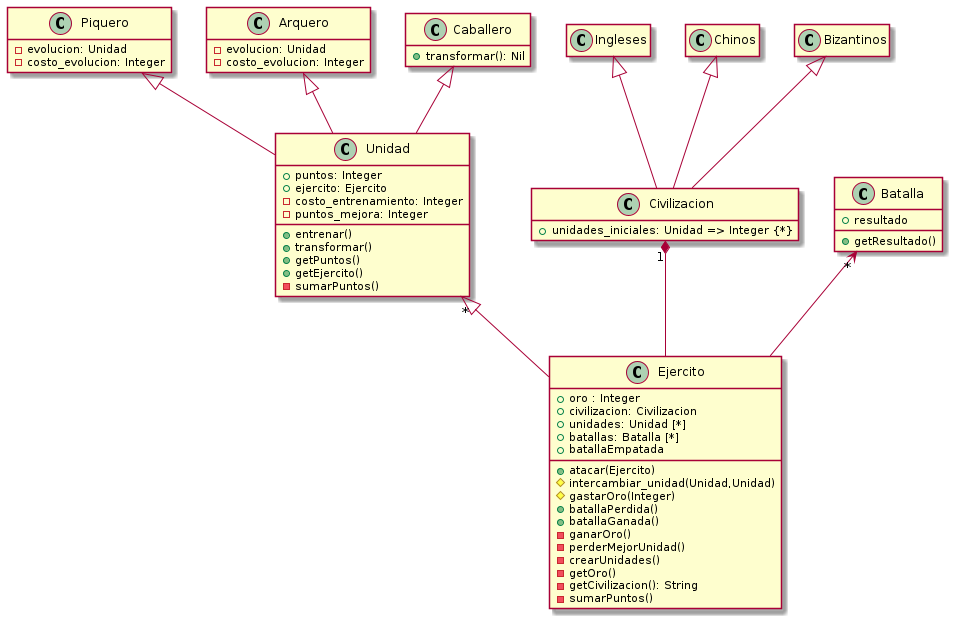
Above: out/diag/clases/clases.png in juanmamaffei/ejercitos (PlantUML), before the change. Source of this version:
```plantuml
@startuml
    class Ejercito {
      + oro : Integer
      + civilizacion: Civilizacion
      + unidades: Unidad [*]
      + batallas: Batalla [*]
      + atacar(Ejercito)
      # intercambiar_unidad(Unidad,Unidad)
      # gastarOro(Integer)
      + batallaPerdida()
      + batallaGanada()
      + batallaEmpatada
      - ganarOro()
      - perderMejorUnidad()
      - crearUnidades()
      - getOro()
      - getCivilizacion(): String
      - sumarPuntos()
    }
    class Unidad {
      + puntos: Integer
      + ejercito: Ejercito
      - costo_entrenamiento: Integer
      - puntos_mejora: Integer
      + entrenar()
      + transformar()
      + getPuntos()
      + getEjercito()
      - sumarPuntos()
    }

    class Civilizacion {
      + unidades_iniciales: Unidad => Integer {*}
    }

    class Batalla {
      + resultado
      + getResultado()
    }

    Unidad "*" <|-- Ejercito
    Civilizacion "1" *-- Ejercito
    Batalla "*" <-- Ejercito

    class Ingleses
    class Chinos
    class Bizantinos

    Ingleses <|-- Civilizacion
    Chinos <|-- Civilizacion
    Bizantinos <|-- Civilizacion

    class Piquero {
      - evolucion: Unidad
      - costo_evolucion: Integer
    }
    class Arquero {
      - evolucion: Unidad
      - costo_evolucion: Integer
    }
    class Caballero {
      + transformar(): Nil
    }

    Piquero <|-- Unidad
    Arquero <|-- Unidad
    Caballero <|-- Unidad

    hide empty members
  @enduml
```
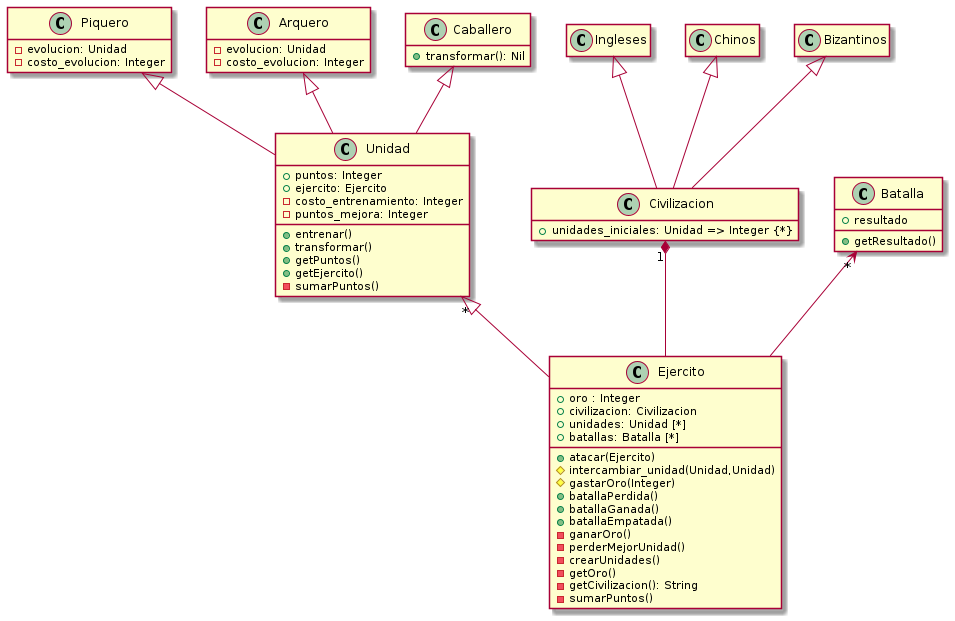
After the commit.

The edit, as a diff of the source:
```diff
@@ -9,7 +9,7 @@
       # gastarOro(Integer)
       + batallaPerdida()
       + batallaGanada()
-      + batallaEmpatada
+      + batallaEmpatada()
       - ganarOro()
       - perderMejorUnidad()
       - crearUnidades()
```
